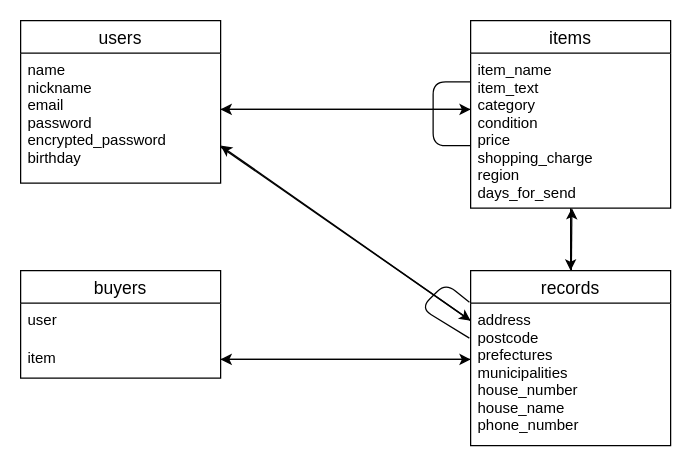
The draw.io diagram ER.dio in fjys1203/furima-38631, before the edit. Source tidied: cells renumbered, new cells numbered last; positions are measured from the earlier drawing's top-left corner, leaving out a move shared by most shapes. Both pictures are drawn from the tidied source at 125%, with x=0, y=0 at pixel (20, 20).
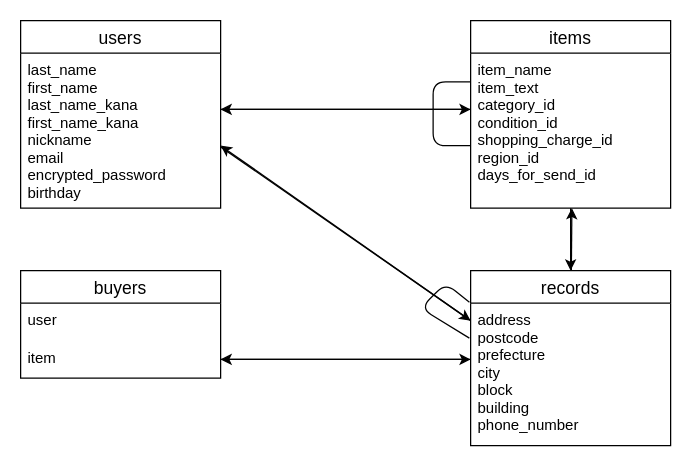
After the change.

Commit message (it also covers changes not shown here):
DB設計の作成②

Unchanged cells that the change refers to:
```xml
<mxCell id="5" value="items" style="swimlane;fontStyle=0;horizontal=1;startSize=26;align=center;fontSize=14;" parent="1" vertex="1">
  <mxGeometry x="360" width="160" height="150" as="geometry" />
</mxCell>
<mxCell id="9" value="records" style="swimlane;fontStyle=0;horizontal=1;startSize=26;align=center;fontSize=14;" parent="1" vertex="1">
  <mxGeometry x="360" y="200" width="160" height="140" as="geometry" />
</mxCell>
```

What changed in the source:
```diff
@@
     <mxCell id="2" value="users" style="swimlane;fontStyle=0;horizontal=1;startSize=26;align=center;fontSize=14;" parent="1" vertex="1">
-      <mxGeometry width="160" height="130" as="geometry" />
+      <mxGeometry width="160" height="150" as="geometry" />
     </mxCell>
-    <mxCell id="3" value="name&#10;nickname&#10;email&#10;password&#10;encrypted_password&#10;birthday" style="text;strokeColor=none;fillColor=none;spacingLeft=4;spacingRight=4;overflow=hidden;fontSize=12;" parent="2" vertex="1">
-      <mxGeometry y="26" width="160" height="104" as="geometry" />
+    <mxCell id="3" value="last_name&#10;first_name&#10;last_name_kana&#10;first_name_kana&#10;nickname&#10;email&#10;encrypted_password&#10;birthday" style="text;strokeColor=none;fillColor=none;spacingLeft=4;spacingRight=4;overflow=hidden;fontSize=12;" parent="2" vertex="1">
+      <mxGeometry y="26" width="160" height="124" as="geometry" />
     </mxCell>
@@
-    <mxCell id="6" value="item_name&#10;item_text&#10;category&#10;condition&#10;price&#10;shopping_charge&#10;region&#10;days_for_send" style="text;strokeColor=none;fillColor=none;spacingLeft=4;spacingRight=4;overflow=hidden;fontSize=12;" parent="5" vertex="1">
+    <mxCell id="6" value="item_name&#10;item_text&#10;category_id&#10;condition_id&#10;shopping_charge_id&#10;region_id&#10;days_for_send_id" style="text;strokeColor=none;fillColor=none;spacingLeft=4;spacingRight=4;overflow=hidden;fontSize=12;" parent="5" vertex="1">
       <mxGeometry y="26" width="160" height="124" as="geometry" />
     </mxCell>
@@
-    <mxCell id="11" value="address&#10;postcode&#10;prefectures&#10;municipalities&#10;house_number&#10;house_name&#10;phone_number" style="text;strokeColor=none;fillColor=none;spacingLeft=4;spacingRight=4;overflow=hidden;points=[[0,0.5],[1,0.5]];portConstraint=eastwest;fontSize=12;" parent="9" vertex="1">
+    <mxCell id="11" value="address&#10;postcode&#10;prefecture&#10;city&#10;block&#10;building&#10;phone_number" style="text;strokeColor=none;fillColor=none;spacingLeft=4;spacingRight=4;overflow=hidden;points=[[0,0.5],[1,0.5]];portConstraint=eastwest;fontSize=12;" parent="9" vertex="1">
       <mxGeometry y="26" width="160" height="114" as="geometry" />
     </mxCell>
```
